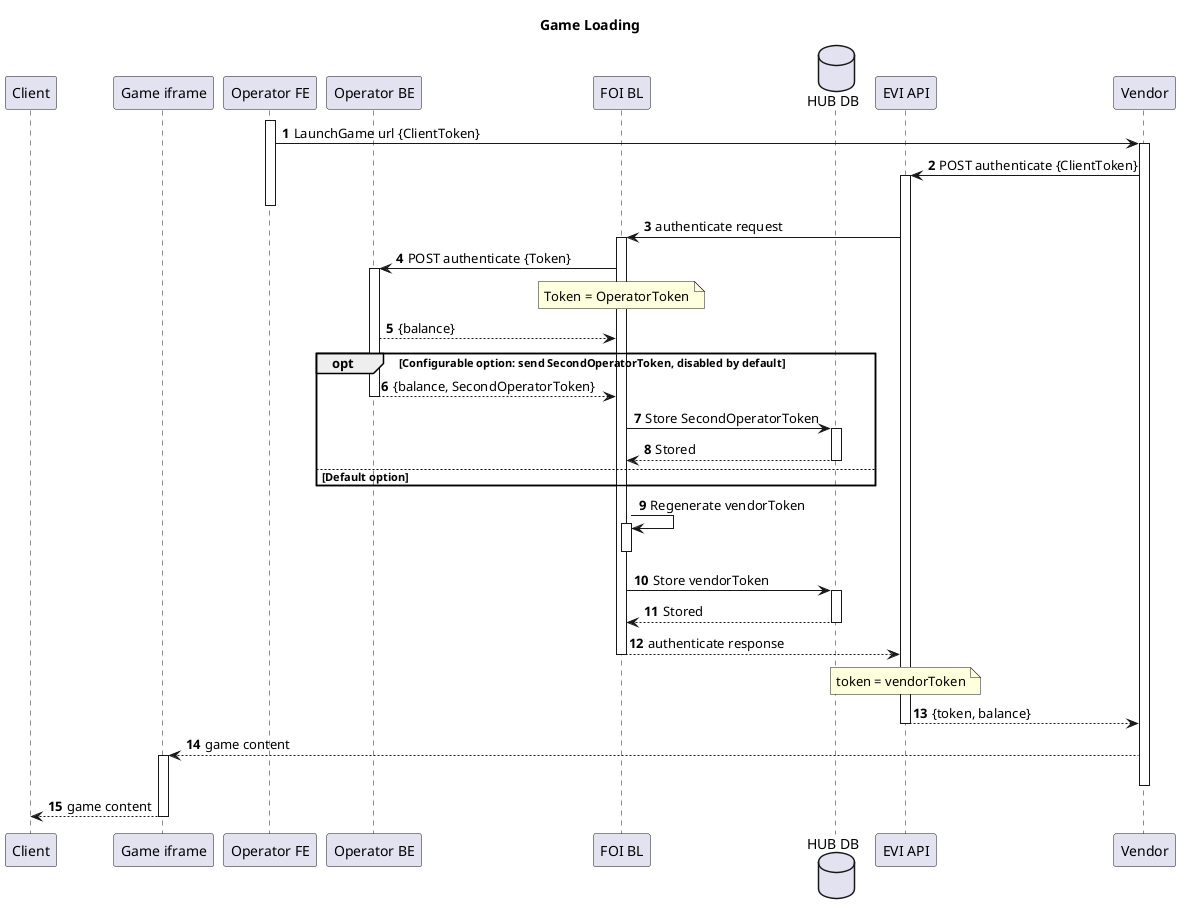
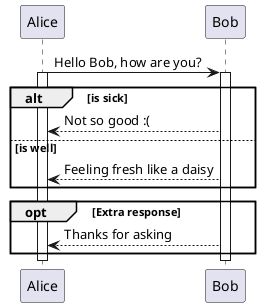
@startuml
- autonumber
- title Game Loading

- participant "Client" as P
- participant "Game iframe" as GAME
- participant "Operator FE" as WS
- participant "Operator BE" as OP
- participant "FOI BL" as FOIBL
- database "HUB DB" as DB
- participant "EVI API" as EVIAPI
- participant "Vendor" as V
+ participant Alice
+ participant Bob

- activate WS
- WS -> V : LaunchGame url {ClientToken}
- activate V
+ Alice -> Bob : Hello Bob, how are you?
+ activate Alice
+ activate Bob

- V -> EVIAPI : POST authenticate {ClientToken}
- activate EVIAPI
- deactivate WS
- 
- EVIAPI -> FOIBL : authenticate request
- activate FOIBL
- 
- FOIBL -> OP : POST authenticate {Token}
- activate OP
- note over FOIBL
- Token = OperatorToken
- end note
- 
- OP --> FOIBL : {balance}
- 
- opt Configurable option: send SecondOperatorToken, disabled by default
-     OP --> FOIBL : {balance, SecondOperatorToken}
-     deactivate OP
- 
-     FOIBL -> DB : Store SecondOperatorToken
-     activate DB
-     DB --> FOIBL : Stored
-     deactivate DB
- else Default option
-     deactivate OP
+ alt is sick
+     Bob --> Alice : Not so good :(
+ else is well
+     Bob --> Alice : Feeling fresh like a daisy
end

- FOIBL -> FOIBL : Regenerate vendorToken
- activate FOIBL
- deactivate FOIBL
+ opt Extra response
+     Bob --> Alice : Thanks for asking
+ end

- FOIBL -> DB : Store vendorToken
- activate DB
- DB --> FOIBL : Stored
- deactivate DB
- 
- FOIBL --> EVIAPI : authenticate response
- note over EVIAPI
- token = vendorToken
- end note
- deactivate FOIBL
- 
- EVIAPI --> V : {token, balance}
- deactivate EVIAPI
- 
- V --> GAME : game content
- activate GAME
- deactivate V
- 
- GAME --> P : game content
- deactivate GAME
- deactivate WS
+ deactivate Bob
+ deactivate Alice

@enduml